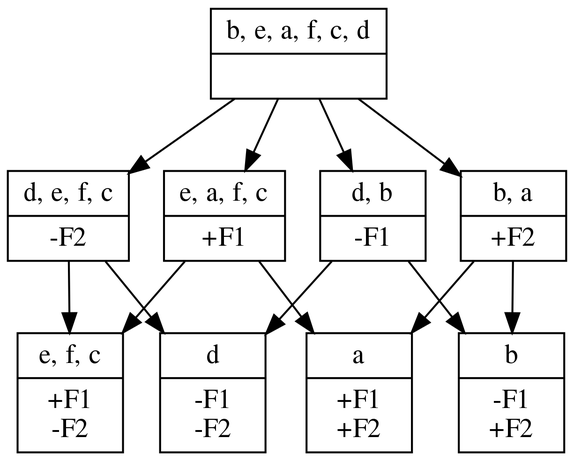
Earlier version of the Graphviz export squib/diagrams/bfs2_feats.png (rdaland/Pheatures). Its source is kept beside it as squib/diagrams/bfs2_feats.gv. Source of this version:
```dot
digraph {
	graph [ dpi = 300 ];
	0 [label="{<segs> b, e, a, f, c, d |<feats>  }",shape=record]
	1 [label="{<segs> e, f, c |<feats> +F1\n-F2 }",shape=record]
	2 [label="{<segs> e, a, f, c |<feats> +F1 }",shape=record]
	3 [label="{<segs> b, a |<feats> +F2 }",shape=record]
	4 [label="{<segs> a |<feats> +F1\n+F2 }",shape=record]
	5 [label="{<segs> d, b |<feats> -F1 }",shape=record]
	6 [label="{<segs> b |<feats> -F1\n+F2 }",shape=record]
	7 [label="{<segs> d, e, f, c |<feats> -F2 }",shape=record]
	8 [label="{<segs> d |<feats> -F1\n-F2 }",shape=record]
	0 -> 2	0 -> 3	0 -> 5	0 -> 7	2 -> 1	2 -> 4	3 -> 4	3 -> 6	5 -> 6	5 -> 8	7 -> 1	7 -> 8
{rank=same; 4 6 8}
}
```
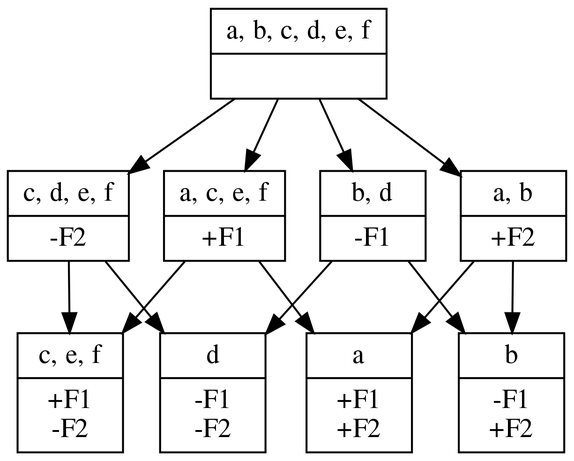
Above is the later version.

What changed in the source:
```diff
@@ -1,13 +1,13 @@
 digraph {
 	graph [ dpi = 300 ];
-	0 [label="{<segs> b, e, a, f, c, d |<feats>  }",shape=record]
-	1 [label="{<segs> e, f, c |<feats> +F1\n-F2 }",shape=record]
-	2 [label="{<segs> e, a, f, c |<feats> +F1 }",shape=record]
-	3 [label="{<segs> b, a |<feats> +F2 }",shape=record]
+	0 [label="{<segs> a, b, c, d, e, f |<feats>  }",shape=record]
+	1 [label="{<segs> c, e, f |<feats> +F1\n-F2 }",shape=record]
+	2 [label="{<segs> a, c, e, f |<feats> +F1 }",shape=record]
+	3 [label="{<segs> a, b |<feats> +F2 }",shape=record]
 	4 [label="{<segs> a |<feats> +F1\n+F2 }",shape=record]
-	5 [label="{<segs> d, b |<feats> -F1 }",shape=record]
+	5 [label="{<segs> b, d |<feats> -F1 }",shape=record]
 	6 [label="{<segs> b |<feats> -F1\n+F2 }",shape=record]
-	7 [label="{<segs> d, e, f, c |<feats> -F2 }",shape=record]
+	7 [label="{<segs> c, d, e, f |<feats> -F2 }",shape=record]
 	8 [label="{<segs> d |<feats> -F1\n-F2 }",shape=record]
 	0 -> 2	0 -> 3	0 -> 5	0 -> 7	2 -> 1	2 -> 4	3 -> 4	3 -> 6	5 -> 6	5 -> 8	7 -> 1	7 -> 8
 {rank=same; 4 6 8}
```
